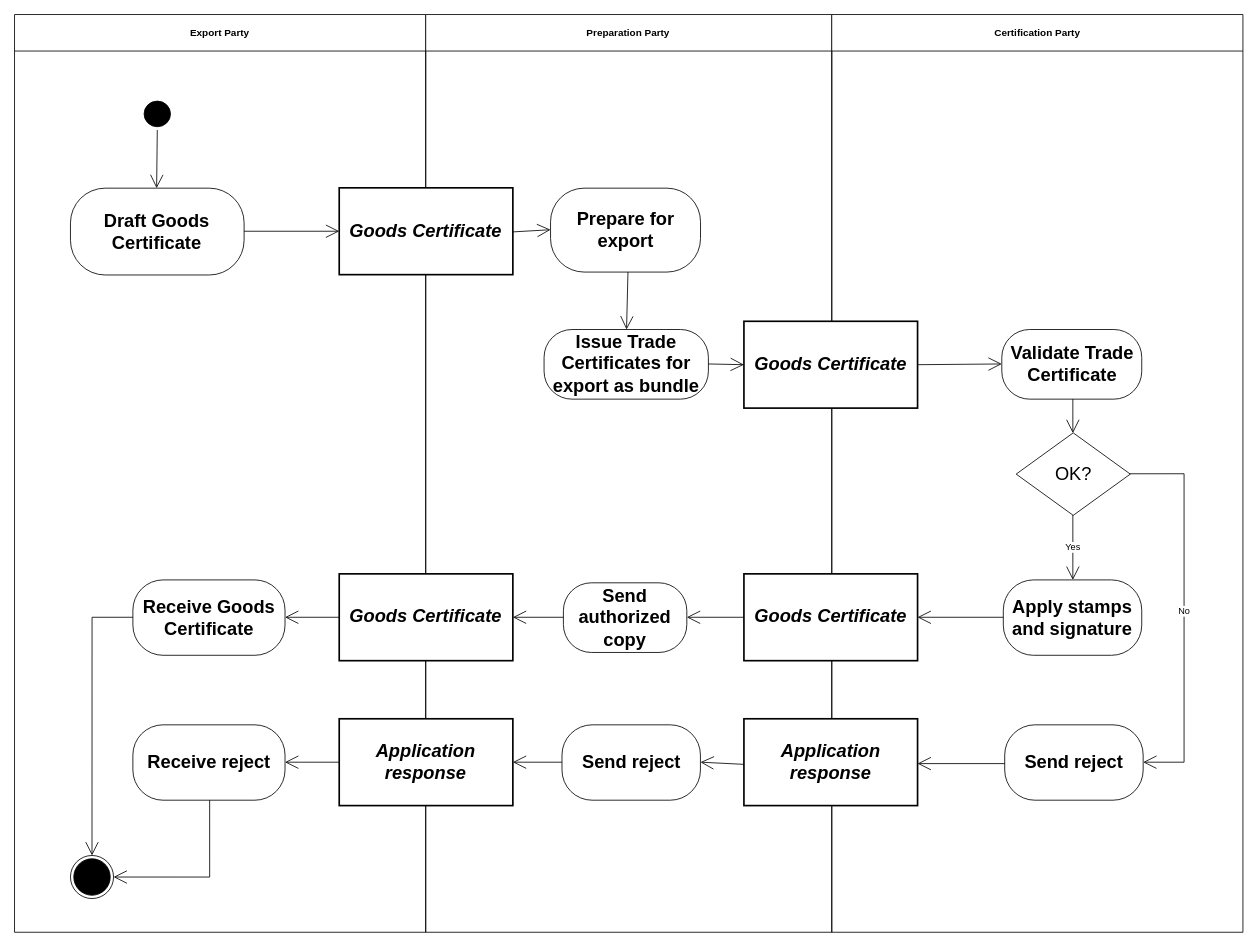
Earlier version of the draw.io diagram diagrams/UBL-2.3-GoodsCertificateExportProcess/UBL-2.3-GoodsCertificateExportProcess.drawio (kduvekot/ubl-work-on-svg-images). Source tidied: cells renumbered, new cells numbered last; positions are measured from the earlier drawing's top-left corner, leaving out a move shared by most shapes. Both pictures are drawn from the tidied source at 83%, with x=0, y=0 at pixel (14, 14).
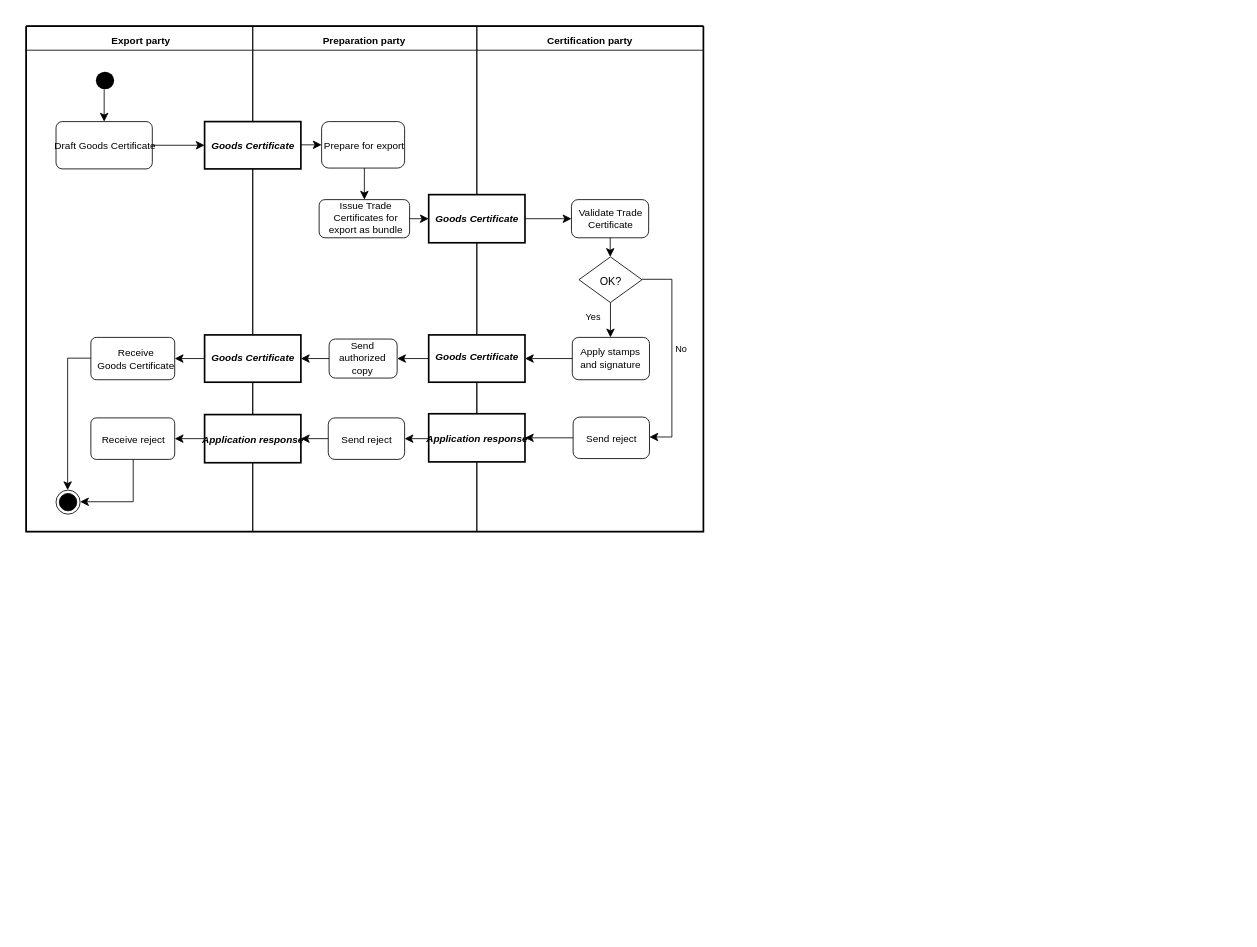
Above is the later version.

What changed in the source:
```diff
@@
+    <mxCell id="43" style="swimlane;html=1;startSize=0;whiteSpace=wrap;fillColor=none;strokeWidth=2;" parent="1" vertex="1">
+      <mxGeometry x="14" y="14" width="816" height="609" as="geometry" />
+    </mxCell>
-    <mxCell id="2" value="Export Party" style="swimlane;whiteSpace=wrap;html=1;startSize=44;" parent="1" vertex="1">
-      <mxGeometry width="495.4" height="1105.7" as="geometry" />
+    <mxCell id="2" value="Export party" style="swimlane;horizontal=1;startSize=29;swimlaneLine=1;spacingTop=6;html=1;fillColor=none;fontSize=12;fontStyle=1;spacing=0;spacingLeft=2;" parent="43" vertex="1">
+      <mxGeometry width="273" height="609" as="geometry" />
     </mxCell>
-    <mxCell id="3" value="Preparation Party" style="swimlane;whiteSpace=wrap;html=1;startSize=44;" parent="1" vertex="1">
-      <mxGeometry x="495.4" width="489.3" height="1105.7" as="geometry" />
+    <mxCell id="3" value="Preparation party" style="swimlane;horizontal=1;startSize=29;swimlaneLine=1;spacingTop=6;html=1;fillColor=none;fontSize=12;fontStyle=1;spacing=0;spacingRight=2;" parent="43" vertex="1">
+      <mxGeometry x="273" width="270" height="609" as="geometry" />
     </mxCell>
-    <mxCell id="4" value="Certification Party" style="swimlane;whiteSpace=wrap;html=1;startSize=44;" parent="1" vertex="1">
-      <mxGeometry x="984.6" width="495.4" height="1105.7" as="geometry" />
+    <mxCell id="4" value="Certification party" style="swimlane;horizontal=1;startSize=29;swimlaneLine=1;spacingTop=6;html=1;fillColor=none;fontSize=12;fontStyle=1;spacing=0;spacingRight=2;" parent="43" vertex="1">
+      <mxGeometry x="543" width="273" height="609" as="geometry" />
     </mxCell>
-    <mxCell id="5" style="ellipse;html=1;shape=startState;fillColor=#000000;strokeColor=#000000;fontFamily=Helvetica;fontSize=22;" parent="1" vertex="1">
-      <mxGeometry x="152.1" y="100.3" width="39.8" height="38.9" as="geometry" />
+    <mxCell id="5" style="ellipse;shape=startState;fillColor=#000000;strokeColor=none;html=1;" parent="2" vertex="1">
+      <mxGeometry x="80" y="51" width="30" height="29" as="geometry" />
     </mxCell>
-    <mxCell id="6" value="Draft Goods Certificate" style="rounded=1;arcSize=40;whiteSpace=wrap;html=1;fontStyle=1;fontFamily=Helvetica;fontSize=22;" parent="1" vertex="1">
-      <mxGeometry x="67.4" y="209.2" width="209.2" height="104.6" as="geometry" />
+    <mxCell id="6" value="Draft Goods Certificate" style="rounded=1;absoluteArcSize=1;arcSize=15;html=1;whiteSpace=nowrap;fontSize=12;fontStyle=0;align=center;verticalAlign=middle;spacing=0;spacingLeft=1;spacingTop=3;" parent="2" vertex="1">
+      <mxGeometry x="36" y="115" width="116" height="57" as="geometry" />
     </mxCell>
-    <mxCell id="7" value="Goods Certificate" style="rounded=0;whiteSpace=wrap;html=1;fontStyle=3;strokeWidth=2;fontFamily=Helvetica;fontSize=22;" parent="1" vertex="1">
-      <mxGeometry x="391.2" y="208.8" width="209.2" height="104.6" as="geometry" />
+    <mxCell id="7" value="Goods Certificate" style="rounded=0;html=1;whiteSpace=nowrap;fontSize=12;fontStyle=3;align=center;verticalAlign=middle;spacing=0;spacingRight=1;strokeWidth=2;" parent="3" vertex="1">
+      <mxGeometry x="-58" y="115" width="116" height="57" as="geometry" />
     </mxCell>
-    <mxCell id="8" value="Prepare for export" style="rounded=1;arcSize=40;whiteSpace=wrap;html=1;fontStyle=1;fontFamily=Helvetica;fontSize=22;" parent="1" vertex="1">
-      <mxGeometry x="645.8" y="209.2" width="180.7" height="101.1" as="geometry" />
+    <mxCell id="8" value="Prepare for export" style="rounded=1;absoluteArcSize=1;arcSize=17;html=1;whiteSpace=nowrap;fontSize=12;fontStyle=0;align=center;verticalAlign=middle;spacing=0;spacingLeft=1;spacingTop=3;" parent="3" vertex="1">
+      <mxGeometry x="83" y="115" width="100" height="56" as="geometry" />
     </mxCell>
-    <mxCell id="9" value="Goods Certificate" style="rounded=0;whiteSpace=wrap;html=1;fontStyle=3;strokeWidth=2;fontFamily=Helvetica;fontSize=22;" parent="1" vertex="1">
-      <mxGeometry x="878.8" y="369.6" width="209.2" height="104.6" as="geometry" />
+    <mxCell id="9" value="Goods Certificate" style="rounded=0;html=1;whiteSpace=nowrap;fontSize=12;fontStyle=3;align=center;verticalAlign=middle;spacing=0;spacingBottom=1;strokeWidth=2;" parent="4" vertex="1">
+      <mxGeometry x="-58" y="203" width="116" height="58" as="geometry" />
     </mxCell>
-    <mxCell id="10" value="Issue Trade Certificates for export as bundle" style="rounded=1;arcSize=40;whiteSpace=wrap;html=1;fontStyle=1;fontFamily=Helvetica;fontSize=22;" parent="1" vertex="1">
-      <mxGeometry x="638" y="379.5" width="198" height="83.9" as="geometry" />
+    <mxCell id="10" value="Issue Trade&lt;br&gt;Certificates for&lt;br&gt;export as bundle" style="rounded=1;absoluteArcSize=1;arcSize=14;html=1;whiteSpace=nowrap;fontSize=12;fontStyle=0;align=center;verticalAlign=middle;spacing=0;spacingLeft=2;spacingBottom=2;" parent="3" vertex="1">
+      <mxGeometry x="80" y="209" width="109" height="46" as="geometry" />
     </mxCell>
-    <mxCell id="11" value="Validate Trade Certificate" style="rounded=1;arcSize=40;whiteSpace=wrap;html=1;fontStyle=1;fontFamily=Helvetica;fontSize=22;" parent="1" vertex="1">
-      <mxGeometry x="1189.5" y="379.5" width="168.6" height="83.9" as="geometry" />
+    <mxCell id="11" value="Validate Trade&lt;br&gt;Certificate" style="rounded=1;absoluteArcSize=1;arcSize=16;html=1;whiteSpace=nowrap;fontSize=12;fontStyle=0;align=center;verticalAlign=middle;spacing=0;spacingLeft=1;" parent="4" vertex="1">
+      <mxGeometry x="114" y="209" width="93" height="46" as="geometry" />
     </mxCell>
-    <mxCell id="12" value="OK?" style="rhombus;whiteSpace=wrap;html=1;fontFamily=Helvetica;fontSize=22;" parent="1" vertex="1">
-      <mxGeometry x="1206.8" y="504" width="137.5" height="99.4" as="geometry" />
+    <mxCell id="12" value="OK?" style="rhombus;html=1;whiteSpace=nowrap;fontSize=13;fontStyle=0;align=center;verticalAlign=middle;spacing=0;spacingRight=1;spacingTop=2;" parent="4" vertex="1">
+      <mxGeometry x="123" y="278" width="76" height="55" as="geometry" />
     </mxCell>
-    <mxCell id="13" value="Goods Certificate" style="rounded=0;whiteSpace=wrap;html=1;fontStyle=3;strokeWidth=2;fontFamily=Helvetica;fontSize=22;" parent="1" vertex="1">
-      <mxGeometry x="391.2" y="673.9" width="209.2" height="104.6" as="geometry" />
+    <mxCell id="13" value="Goods Certificate" style="rounded=0;html=1;whiteSpace=nowrap;fontSize=12;fontStyle=3;align=center;verticalAlign=middle;spacing=0;spacingRight=1;spacingBottom=2;strokeWidth=2;" parent="3" vertex="1">
+      <mxGeometry x="-58" y="372" width="116" height="57" as="geometry" />
     </mxCell>
-    <mxCell id="14" value="Goods Certificate" style="rounded=0;whiteSpace=wrap;html=1;fontStyle=3;strokeWidth=2;fontFamily=Helvetica;fontSize=22;" parent="1" vertex="1">
-      <mxGeometry x="878.8" y="673.9" width="209.2" height="104.6" as="geometry" />
+    <mxCell id="14" value="Goods Certificate" style="rounded=0;html=1;whiteSpace=nowrap;fontSize=12;fontStyle=3;align=center;verticalAlign=middle;spacing=0;spacingBottom=4;strokeWidth=2;" parent="4" vertex="1">
+      <mxGeometry x="-58" y="372" width="116" height="57" as="geometry" />
     </mxCell>
-    <mxCell id="15" value="Receive Goods Certificate" style="rounded=1;arcSize=40;whiteSpace=wrap;html=1;fontStyle=1;fontFamily=Helvetica;fontSize=22;" parent="1" vertex="1">
-      <mxGeometry x="142.6" y="681.2" width="183.3" height="90.8" as="geometry" />
+    <mxCell id="15" value="Receive&lt;br&gt;Goods Certificate" style="rounded=1;absoluteArcSize=1;arcSize=13;html=1;whiteSpace=nowrap;fontSize=12;fontStyle=0;align=center;verticalAlign=middle;spacing=0;spacingLeft=6;" parent="2" vertex="1">
+      <mxGeometry x="78" y="375" width="101" height="51" as="geometry" />
     </mxCell>
-    <mxCell id="16" value="Apply stamps and signature" style="rounded=1;arcSize=40;whiteSpace=wrap;html=1;fontStyle=1;fontFamily=Helvetica;fontSize=22;" parent="1" vertex="1">
-      <mxGeometry x="1191.3" y="681.2" width="166.8" height="90.8" as="geometry" />
+    <mxCell id="16" value="Apply stamps&lt;br&gt;and signature" style="rounded=1;absoluteArcSize=1;arcSize=15;html=1;whiteSpace=nowrap;fontSize=12;fontStyle=0;align=left;verticalAlign=middle;spacing=0;spacingLeft=10;spacingBottom=2;" parent="4" vertex="1">
+      <mxGeometry x="115" y="375" width="93" height="51" as="geometry" />
     </mxCell>
-    <mxCell id="17" value="Send authorized copy" style="rounded=1;arcSize=40;whiteSpace=wrap;html=1;fontStyle=1;fontFamily=Helvetica;fontSize=22;" parent="1" vertex="1">
-      <mxGeometry x="661.3" y="684.7" width="148.7" height="83.9" as="geometry" />
+    <mxCell id="17" value="Send&lt;br&gt;authorized&lt;br&gt;copy" style="rounded=1;absoluteArcSize=1;arcSize=15;html=1;whiteSpace=nowrap;fontSize=12;fontStyle=0;align=center;verticalAlign=middle;spacing=0;spacingRight=3;spacingBottom=1;" parent="3" vertex="1">
+      <mxGeometry x="92" y="377" width="82" height="47" as="geometry" />
     </mxCell>
-    <mxCell id="18" value="Application response" style="rounded=0;whiteSpace=wrap;html=1;fontStyle=3;strokeWidth=2;fontFamily=Helvetica;fontSize=22;" parent="1" vertex="1">
-      <mxGeometry x="391.2" y="848.5" width="209.2" height="104.6" as="geometry" />
+    <mxCell id="18" value="Application response" style="rounded=0;html=1;whiteSpace=nowrap;fontSize=12;fontStyle=3;align=center;verticalAlign=middle;spacing=0;spacingTop=4;strokeWidth=2;" parent="3" vertex="1">
+      <mxGeometry x="-58" y="468" width="116" height="58" as="geometry" />
     </mxCell>
-    <mxCell id="19" value="Application response" style="rounded=0;whiteSpace=wrap;html=1;fontStyle=3;strokeWidth=2;fontFamily=Helvetica;fontSize=22;" parent="1" vertex="1">
-      <mxGeometry x="878.8" y="848.5" width="209.2" height="104.6" as="geometry" />
+    <mxCell id="19" value="Application response" style="rounded=0;html=1;whiteSpace=nowrap;fontSize=12;fontStyle=3;align=center;verticalAlign=middle;spacing=0;spacingTop=4;strokeWidth=2;" parent="4" vertex="1">
+      <mxGeometry x="-58" y="467" width="116" height="58" as="geometry" />
     </mxCell>
-    <mxCell id="20" value="Receive reject" style="rounded=1;arcSize=40;whiteSpace=wrap;html=1;fontStyle=1;fontFamily=Helvetica;fontSize=22;" parent="1" vertex="1">
-      <mxGeometry x="142.6" y="855.8" width="183.3" height="90.8" as="geometry" />
+    <mxCell id="20" value="Receive reject" style="rounded=1;absoluteArcSize=1;arcSize=13;html=1;whiteSpace=nowrap;fontSize=12;fontStyle=0;align=center;verticalAlign=middle;spacing=0;spacingTop=3;" parent="2" vertex="1">
+      <mxGeometry x="78" y="472" width="101" height="50" as="geometry" />
     </mxCell>
-    <mxCell id="21" value="Send reject" style="rounded=1;arcSize=40;whiteSpace=wrap;html=1;fontStyle=1;fontFamily=Helvetica;fontSize=22;" parent="1" vertex="1">
-      <mxGeometry x="659.6" y="855.8" width="166.8" height="90.8" as="geometry" />
+    <mxCell id="21" value="Send reject" style="rounded=1;absoluteArcSize=1;arcSize=16;html=1;whiteSpace=nowrap;fontSize=12;fontStyle=0;align=center;verticalAlign=middle;spacing=0;spacingTop=3;" parent="3" vertex="1">
+      <mxGeometry x="91" y="472" width="92" height="50" as="geometry" />
     </mxCell>
-    <mxCell id="22" value="Send reject" style="rounded=1;arcSize=40;whiteSpace=wrap;html=1;fontStyle=1;fontFamily=Helvetica;fontSize=22;" parent="1" vertex="1">
-      <mxGeometry x="1193" y="855.8" width="166.8" height="90.8" as="geometry" />
+    <mxCell id="22" value="Send reject" style="rounded=1;absoluteArcSize=1;arcSize=16;html=1;whiteSpace=nowrap;fontSize=12;fontStyle=0;align=center;verticalAlign=middle;spacing=0;spacingTop=3;" parent="4" vertex="1">
+      <mxGeometry x="116" y="471" width="92" height="50" as="geometry" />
     </mxCell>
-    <mxCell id="23" style="ellipse;html=1;shape=endState;fillColor=#000000;strokeColor=#000000;fontFamily=Helvetica;fontSize=22;" parent="1" vertex="1">
-      <mxGeometry x="67.4" y="1013.2" width="51.9" height="51.9" as="geometry" />
+    <mxCell id="23" style="ellipse;shape=endState;fillColor=#000000;html=1;" parent="2" vertex="1">
+      <mxGeometry x="36" y="559" width="29" height="29" as="geometry" />
     </mxCell>
-    <mxCell id="24" style="edgeStyle=none;rounded=0;html=1;endArrow=open;endFill=0;endSize=14;exitX=0.4799;exitY=1.0;entryX=0.4962;entryY=0.0;" parent="1" edge="1" source="5" target="6">
+    <mxCell id="24" style="edgeStyle=none;rounded=0;html=1;endArrow=classic;endFill=1;endSize=8;exitPerimeter=0;entryX=0.5;entryY=0;entryPerimeter=0;exitX=0.466667;exitY=0.8644;" parent="2" edge="1" source="5" target="6">
       <mxGeometry relative="1" as="geometry" />
     </mxCell>
-    <mxCell id="25" style="edgeStyle=none;rounded=0;html=1;endArrow=open;endFill=0;endSize=14;exitX=1.0;exitY=0.4962;entryX=0.0;entryY=0.5;" parent="1" edge="1" source="6" target="7">
+    <mxCell id="25" style="edgeStyle=none;rounded=0;html=1;endArrow=classic;endFill=1;endSize=8;exitX=1;exitY=0.5;exitPerimeter=0;entryX=0;entryY=0.5;entryPerimeter=0;" parent="43" edge="1" source="6" target="7">
       <mxGeometry relative="1" as="geometry" />
     </mxCell>
-    <mxCell id="26" style="edgeStyle=none;rounded=0;html=1;endArrow=open;endFill=0;endSize=14;exitX=1.0;exitY=0.5076;entryX=0.0;entryY=0.4955;" parent="1" edge="1" source="7" target="8">
+    <mxCell id="26" style="edgeStyle=none;rounded=0;html=1;endArrow=classic;endFill=1;endSize=8;exitPerimeter=0;entryX=0;entryY=0.5;entryPerimeter=0;exitX=1;exitY=0.491228;" parent="3" edge="1" source="7" target="8">
       <mxGeometry relative="1" as="geometry" />
     </mxCell>
-    <mxCell id="27" style="edgeStyle=none;rounded=0;html=1;endArrow=open;endFill=0;endSize=14;exitX=0.5163;exitY=1.0;entryX=0.502;entryY=0.0;" parent="1" edge="1" source="8" target="10">
+    <mxCell id="27" style="edgeStyle=none;rounded=0;html=1;endArrow=classic;endFill=1;endSize=8;exitPerimeter=0;entryX=0.5;entryY=0;entryPerimeter=0;exitX=0.515;exitY=1;" parent="3" edge="1" source="8" target="10">
       <mxGeometry relative="1" as="geometry" />
     </mxCell>
-    <mxCell id="28" style="edgeStyle=none;rounded=0;html=1;endArrow=open;endFill=0;endSize=14;exitX=1.0;exitY=0.4946;entryX=0.0;entryY=0.5;" parent="1" edge="1" source="10" target="9">
+    <mxCell id="28" style="edgeStyle=none;rounded=0;html=1;endArrow=classic;endFill=1;endSize=8;exitX=1;exitY=0.5;exitPerimeter=0;entryX=0;entryY=0.5;entryPerimeter=0;" parent="43" edge="1" source="10" target="9">
       <mxGeometry relative="1" as="geometry" />
     </mxCell>
-    <mxCell id="29" style="edgeStyle=none;rounded=0;html=1;endArrow=open;endFill=0;endSize=14;exitX=1.0;exitY=0.5;entryX=0.0;entryY=0.4946;" parent="1" edge="1" source="9" target="11">
+    <mxCell id="29" style="edgeStyle=none;rounded=0;html=1;endArrow=classic;endFill=1;endSize=8;exitX=1;exitY=0.5;exitPerimeter=0;entryX=0;entryY=0.5;entryPerimeter=0;" parent="4" edge="1" source="9" target="11">
       <mxGeometry relative="1" as="geometry" />
     </mxCell>
-    <mxCell id="30" style="edgeStyle=none;rounded=0;html=1;endArrow=open;endFill=0;endSize=14;exitX=0.5077;exitY=1.0;entryX=0.4967;entryY=0.0;" parent="1" edge="1" source="11" target="12">
+    <mxCell id="30" style="edgeStyle=none;rounded=0;html=1;endArrow=classic;endFill=1;endSize=8;exitPerimeter=0;entryX=0.4961;entryY=0;entryPerimeter=0;exitX=0.502189;exitY=1;" parent="4" edge="1" source="11" target="12">
       <mxGeometry relative="1" as="geometry" />
     </mxCell>
-    <mxCell id="31" value="No" style="edgeStyle=orthogonalEdgeStyle;rounded=0;html=1;endArrow=open;endFill=0;endSize=14;exitX=1.0;exitY=0.496;entryX=1.0;entryY=0.4956;" parent="1" edge="1" source="12" target="22">
-      <mxGeometry relative="1" as="geometry">
+    <mxCell id="31" value="No" style="edgeStyle=orthogonalEdgeStyle;rounded=0;html=1;endArrow=classic;endFill=1;endSize=8;exitPerimeter=0;entryPerimeter=0;fontSize=11;fontStyle=0;align=center;verticalAlign=middle;labelBackgroundColor=none;exitX=1;exitY=0.490909;entryX=1;entryY=0.48;" parent="4" edge="1" source="12" target="22">
+      <mxGeometry x="-0.05" relative="1" as="geometry">
         <Array as="points">
-          <mxPoint x="1409.1" y="553.3" />
-          <mxPoint x="1409.1" y="900.8" />
+          <mxPoint x="235" y="305" />
+          <mxPoint x="235" y="495" />
         </Array>
+        <mxPoint x="11" as="offset" />
       </mxGeometry>
     </mxCell>
-    <mxCell id="32" value="Yes" style="edgeStyle=none;rounded=0;html=1;endArrow=open;endFill=0;endSize=14;exitX=0.4967;exitY=1.0;entryX=0.5024;entryY=0.0;" parent="1" edge="1" source="12" target="16">
-      <mxGeometry relative="1" as="geometry" />
+    <mxCell id="32" value="Yes" style="edgeStyle=none;rounded=0;html=1;endArrow=classic;endFill=1;endSize=8;exitX=0.5;exitY=1;exitPerimeter=0;entryPerimeter=0;fontSize=11;fontStyle=0;align=center;verticalAlign=middle;labelBackgroundColor=none;entryX=0.494624;entryY=0;" parent="4" edge="1" source="12" target="16">
+      <mxGeometry x="-0.2" relative="1" as="geometry">
+        <mxPoint x="-21" as="offset" />
+      </mxGeometry>
     </mxCell>
-    <mxCell id="33" style="edgeStyle=none;rounded=0;html=1;endArrow=open;endFill=0;endSize=14;exitX=0.0;exitY=0.5;entryX=1.0;entryY=0.4956;" parent="1" edge="1" source="13" target="15">
+    <mxCell id="33" style="edgeStyle=none;rounded=0;html=1;endArrow=classic;endFill=1;endSize=8;exitX=0;exitY=0.5;exitPerimeter=0;entryX=1;entryY=0.5;entryPerimeter=0;" parent="43" edge="1" source="13" target="15">
       <mxGeometry relative="1" as="geometry" />
     </mxCell>
-    <mxCell id="34" style="edgeStyle=none;rounded=0;html=1;endArrow=open;endFill=0;endSize=14;exitX=0.0;exitY=0.4946;entryX=1.0;entryY=0.5;" parent="1" edge="1" source="17" target="13">
+    <mxCell id="34" style="edgeStyle=none;rounded=0;html=1;endArrow=classic;endFill=1;endSize=8;exitX=0;exitY=0.5;exitPerimeter=0;entryX=1;entryY=0.5;entryPerimeter=0;" parent="3" edge="1" source="17" target="13">
       <mxGeometry relative="1" as="geometry" />
     </mxCell>
-    <mxCell id="35" style="edgeStyle=none;rounded=0;html=1;endArrow=open;endFill=0;endSize=14;exitX=0.0;exitY=0.5;entryX=1.0;entryY=0.4946;" parent="1" edge="1" source="14" target="17">
+    <mxCell id="35" style="edgeStyle=none;rounded=0;html=1;endArrow=classic;endFill=1;endSize=8;exitX=0;exitY=0.5;exitPerimeter=0;entryX=1;entryY=0.5;entryPerimeter=0;" parent="43" edge="1" source="14" target="17">
       <mxGeometry relative="1" as="geometry" />
     </mxCell>
-    <mxCell id="36" style="edgeStyle=none;rounded=0;html=1;endArrow=open;endFill=0;endSize=14;exitX=0.0;exitY=0.4956;entryX=1.0;entryY=0.5;" parent="1" edge="1" source="16" target="14">
+    <mxCell id="36" style="edgeStyle=none;rounded=0;html=1;endArrow=classic;endFill=1;endSize=8;exitX=0;exitY=0.5;exitPerimeter=0;entryX=1;entryY=0.5;entryPerimeter=0;" parent="4" edge="1" source="16" target="14">
       <mxGeometry relative="1" as="geometry" />
     </mxCell>
-    <mxCell id="37" style="edgeStyle=orthogonalEdgeStyle;rounded=0;html=1;endArrow=open;endFill=0;endSize=14;exitX=0.0;exitY=0.4956;entryX=0.501;entryY=0.0;" parent="1" edge="1" source="15" target="23">
+    <mxCell id="37" style="edgeStyle=orthogonalEdgeStyle;rounded=0;html=1;endArrow=classic;endFill=1;endSize=8;exitPerimeter=0;entryPerimeter=0;exitX=0;exitY=0.490196;entryX=0.482759;entryY=0;" parent="2" edge="1" source="15" target="23">
       <mxGeometry relative="1" as="geometry">
         <Array as="points">
-          <mxPoint x="93.4" y="726.2" />
+          <mxPoint x="50" y="400" />
         </Array>
       </mxGeometry>
     </mxCell>
-    <mxCell id="38" style="edgeStyle=none;rounded=0;html=1;endArrow=open;endFill=0;endSize=14;exitX=0.0;exitY=0.5;entryX=1.0;entryY=0.4956;" parent="1" edge="1" source="18" target="20">
+    <mxCell id="38" style="edgeStyle=none;rounded=0;html=1;endArrow=classic;endFill=1;endSize=8;exitX=0;exitY=0.5;exitPerimeter=0;entryX=1;entryY=0.5;entryPerimeter=0;" parent="43" edge="1" source="18" target="20">
       <mxGeometry relative="1" as="geometry" />
     </mxCell>
-    <mxCell id="39" style="edgeStyle=none;rounded=0;html=1;endArrow=open;endFill=0;endSize=14;exitX=0.0;exitY=0.4956;entryX=1.0;entryY=0.5;" parent="1" edge="1" source="21" target="18">
+    <mxCell id="39" style="edgeStyle=none;rounded=0;html=1;endArrow=classic;endFill=1;endSize=8;exitX=0;exitY=0.5;exitPerimeter=0;entryX=1;entryY=0.5;entryPerimeter=0;" parent="3" edge="1" source="21" target="18">
       <mxGeometry relative="1" as="geometry" />
     </mxCell>
-    <mxCell id="40" style="edgeStyle=none;rounded=0;html=1;endArrow=open;endFill=0;endSize=14;exitX=0.0;exitY=0.5143;entryX=1.0;entryY=0.5163;" parent="1" edge="1" source="22" target="19">
+    <mxCell id="40" style="edgeStyle=none;rounded=0;html=1;endArrow=classic;endFill=1;endSize=8;exitX=0;exitY=0.5;exitPerimeter=0;entryX=1;entryY=0.5;entryPerimeter=0;" parent="4" edge="1" source="22" target="19">
       <mxGeometry relative="1" as="geometry" />
     </mxCell>
-    <mxCell id="41" style="edgeStyle=none;rounded=0;html=1;endArrow=open;endFill=0;endSize=14;exitX=0.0;exitY=0.5249;entryX=1.0;entryY=0.4956;" parent="1" edge="1" source="19" target="21">
+    <mxCell id="41" style="edgeStyle=none;rounded=0;html=1;endArrow=classic;endFill=1;endSize=8;exitPerimeter=0;entryX=1;entryY=0.5;entryPerimeter=0;exitX=0;exitY=0.517241;" parent="43" edge="1" source="19" target="21">
       <mxGeometry relative="1" as="geometry" />
     </mxCell>
-    <mxCell id="42" style="edgeStyle=orthogonalEdgeStyle;rounded=0;html=1;endArrow=open;endFill=0;endSize=14;exitX=0.5046;exitY=1.0;entryX=1.0;entryY=0.499;" parent="1" edge="1" source="20" target="23">
+    <mxCell id="42" style="edgeStyle=orthogonalEdgeStyle;rounded=0;html=1;endArrow=classic;endFill=1;endSize=8;exitPerimeter=0;entryPerimeter=0;exitX=0.50495;exitY=1;entryX=1;entryY=0.482759;" parent="2" edge="1" source="20" target="23">
       <mxGeometry relative="1" as="geometry">
         <Array as="points">
-          <mxPoint x="235.1" y="1039.1" />
+          <mxPoint x="129" y="573" />
         </Array>
       </mxGeometry>
     </mxCell>
```
